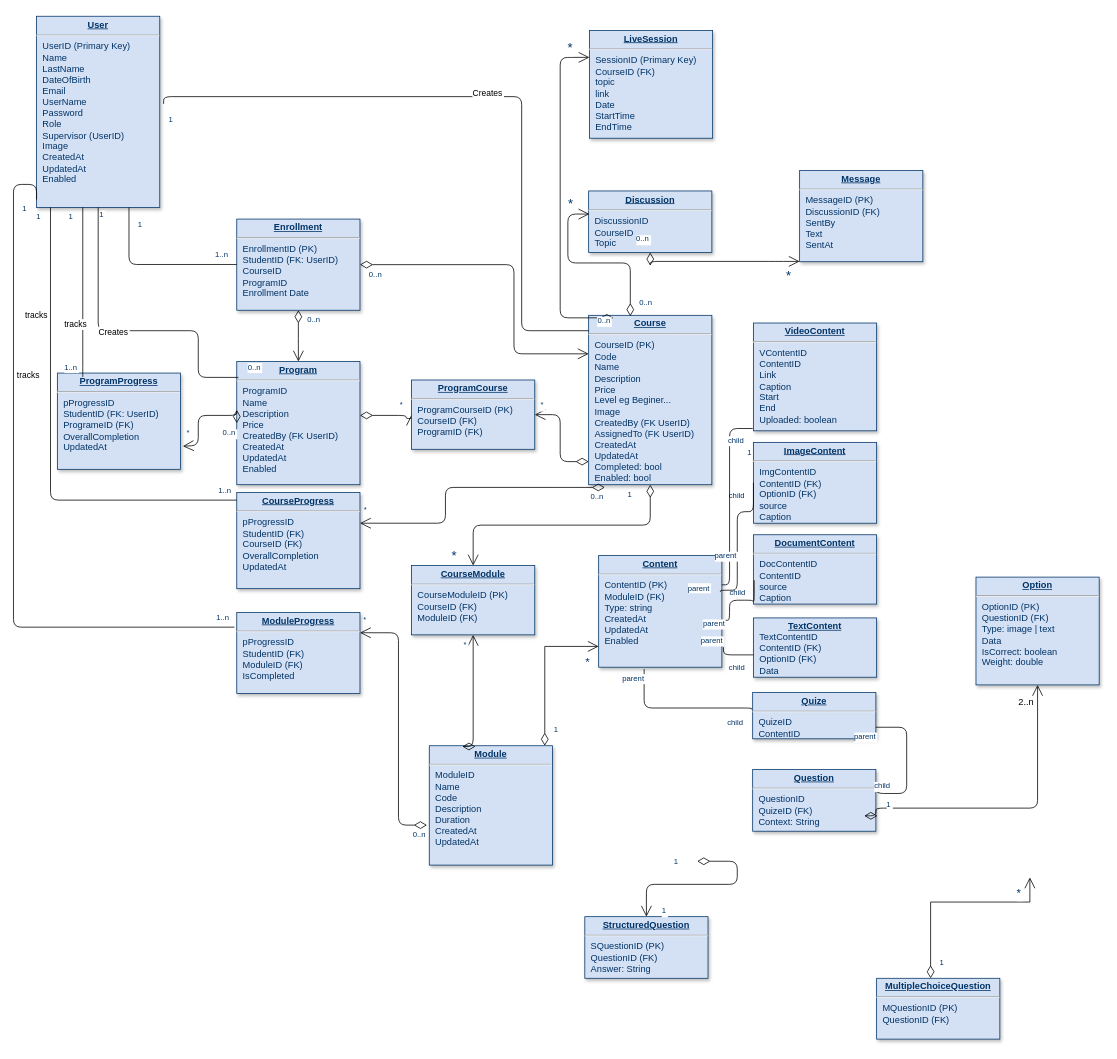
Before: Diagrams/Database.drawio in kingshowa/PFE_E-learning, a draw.io diagram. Source tidied: cells renumbered, new cells numbered last; positions are measured from the earlier drawing's top-left corner, leaving out a move shared by most shapes. Both pictures are drawn from the tidied source at 77%, with x=0, y=0 at pixel (13, 16).
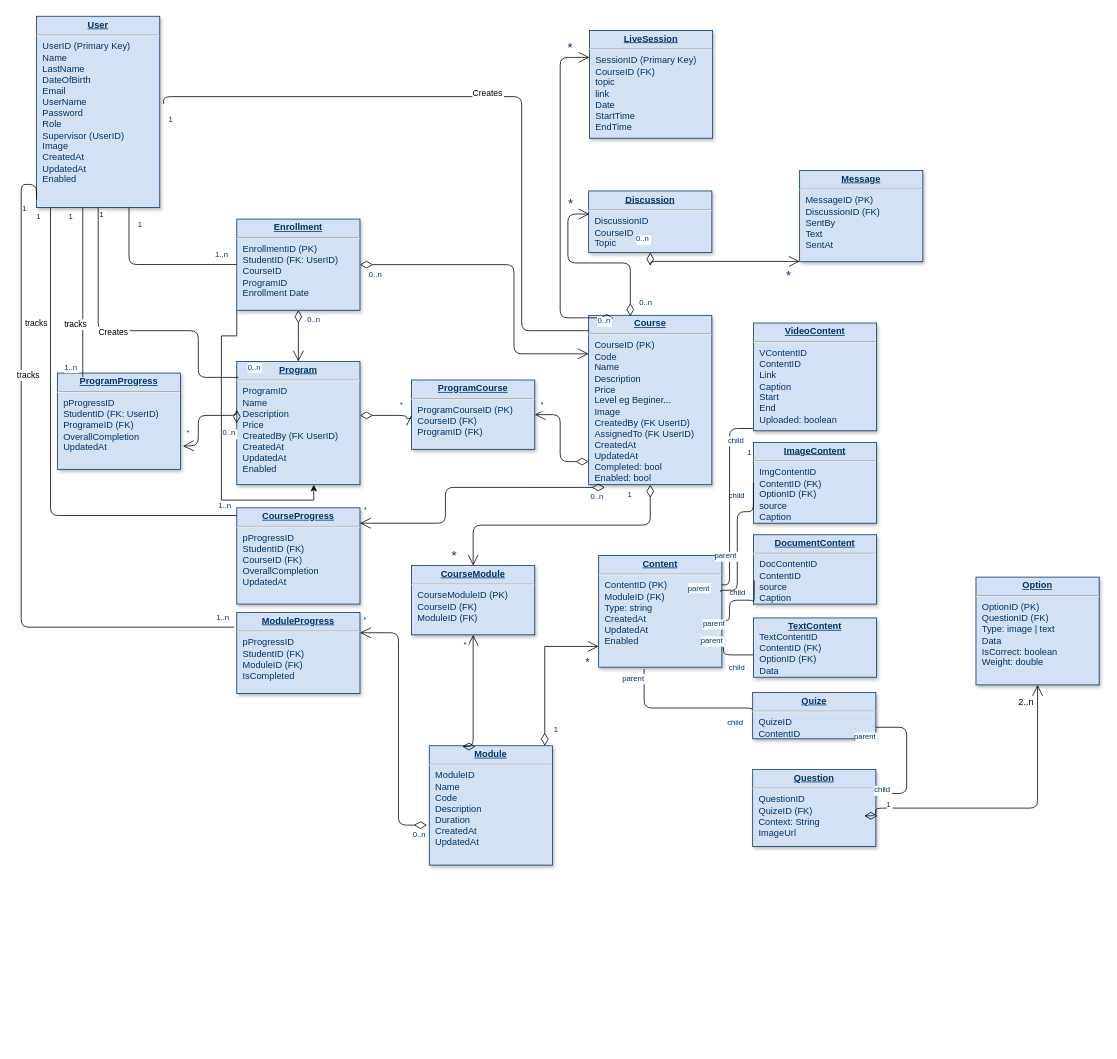
Above is the later version.

Unchanged cells that the change refers to:
```xml
<mxCell id="2" value="&lt;p style=&quot;margin: 0px; margin-top: 4px; text-align: center; text-decoration: underline;&quot;&gt;&lt;strong&gt;Program&lt;/strong&gt;&lt;/p&gt;&lt;hr&gt;&lt;p style=&quot;margin: 0px; margin-left: 8px;&quot;&gt;ProgramID&lt;/p&gt;&lt;p style=&quot;margin: 0px; margin-left: 8px;&quot;&gt;Name&lt;/p&gt;&lt;p style=&quot;margin: 0px; margin-left: 8px;&quot;&gt;Description&lt;/p&gt;&lt;p style=&quot;margin: 0px; margin-left: 8px;&quot;&gt;Price&lt;/p&gt;&lt;p style=&quot;margin: 0px; margin-left: 8px;&quot;&gt;CreatedBy (FK UserID)&lt;/p&gt;&lt;p style=&quot;margin: 0px; margin-left: 8px;&quot;&gt;CreatedAt&lt;/p&gt;&lt;p style=&quot;margin: 0px; margin-left: 8px;&quot;&gt;UpdatedAt&lt;/p&gt;&lt;p style=&quot;margin: 0px; margin-left: 8px;&quot;&gt;Enabled&lt;/p&gt;" style="verticalAlign=top;align=left;overflow=fill;fontSize=12;fontFamily=Helvetica;html=1;strokeColor=#003366;shadow=1;fillColor=#D4E1F5;fontColor=#003366;" parent="1" vertex="1">
  <mxGeometry x="290" y="448" width="160" height="160" as="geometry" />
</mxCell>
<mxCell id="4" value="&lt;p style=&quot;margin: 0px; margin-top: 4px; text-align: center; text-decoration: underline;&quot;&gt;&lt;b&gt;Enrollment&lt;/b&gt;&lt;/p&gt;&lt;hr&gt;&lt;p style=&quot;margin: 0px; margin-left: 8px;&quot;&gt;EnrollmentID (PK)&lt;/p&gt;&lt;p style=&quot;margin: 0px; margin-left: 8px;&quot;&gt;StudentID (FK: UserID)&lt;/p&gt;&lt;p style=&quot;margin: 0px; margin-left: 8px;&quot;&gt;CourseID&lt;/p&gt;&lt;p style=&quot;margin: 0px; margin-left: 8px;&quot;&gt;ProgramID&lt;/p&gt;&lt;p style=&quot;margin: 0px; margin-left: 8px;&quot;&gt;Enrollment Date&lt;/p&gt;" style="verticalAlign=top;align=left;overflow=fill;fontSize=12;fontFamily=Helvetica;html=1;strokeColor=#003366;shadow=1;fillColor=#D4E1F5;fontColor=#003366;" parent="1" vertex="1">
  <mxGeometry x="290" y="263" width="160" height="118.4" as="geometry" />
</mxCell>
<mxCell id="6" value="&lt;p style=&quot;margin: 0px; margin-top: 4px; text-align: center; text-decoration: underline;&quot;&gt;&lt;strong&gt;User&lt;/strong&gt;&lt;/p&gt;&lt;hr&gt;&lt;p style=&quot;margin: 0px; margin-left: 8px;&quot;&gt;UserID (Primary Key)&lt;/p&gt;&lt;p style=&quot;margin: 0px 0px 0px 8px;&quot;&gt;Name&lt;/p&gt;&lt;p style=&quot;margin: 0px 0px 0px 8px;&quot;&gt;LastName&lt;/p&gt;&lt;p style=&quot;margin: 0px 0px 0px 8px;&quot;&gt;DateOfBirth&lt;/p&gt;&lt;p style=&quot;margin: 0px 0px 0px 8px;&quot;&gt;Email&lt;/p&gt;&lt;p style=&quot;margin: 0px 0px 0px 8px;&quot;&gt;UserName&lt;/p&gt;&lt;p style=&quot;margin: 0px 0px 0px 8px;&quot;&gt;Password&lt;/p&gt;&lt;p style=&quot;margin: 0px 0px 0px 8px;&quot;&gt;Role&lt;/p&gt;&lt;p style=&quot;margin: 0px 0px 0px 8px;&quot;&gt;Supervisor (UserID)&lt;/p&gt;&lt;p style=&quot;margin: 0px 0px 0px 8px;&quot;&gt;Image&lt;/p&gt;&lt;p style=&quot;margin: 0px 0px 0px 8px;&quot;&gt;CreatedAt&lt;/p&gt;&lt;p style=&quot;margin: 0px 0px 0px 8px;&quot;&gt;UpdatedAt&lt;/p&gt;&lt;p style=&quot;margin: 0px 0px 0px 8px;&quot;&gt;Enabled&lt;/p&gt;" style="verticalAlign=top;align=left;overflow=fill;fontSize=12;fontFamily=Helvetica;html=1;strokeColor=#003366;shadow=1;fillColor=#D4E1F5;fontColor=#003366;" parent="1" vertex="1">
  <mxGeometry x="30" y="-0.4" width="160" height="248.4" as="geometry" />
</mxCell>
<mxCell id="50" value="&lt;p style=&quot;margin: 0px; margin-top: 4px; text-align: center; text-decoration: underline;&quot;&gt;&lt;strong&gt;ModuleProgress&lt;/strong&gt;&lt;/p&gt;&lt;hr&gt;&lt;p style=&quot;margin: 0px; margin-left: 8px;&quot;&gt;pProgressID&lt;/p&gt;&lt;p style=&quot;margin: 0px; margin-left: 8px;&quot;&gt;StudentID (FK)&lt;/p&gt;&lt;p style=&quot;margin: 0px; margin-left: 8px;&quot;&gt;ModuleID (FK)&lt;/p&gt;&lt;p style=&quot;margin: 0px; margin-left: 8px;&quot;&gt;IsCompleted&lt;/p&gt;" style="verticalAlign=top;align=left;overflow=fill;fontSize=12;fontFamily=Helvetica;html=1;strokeColor=#003366;shadow=1;fillColor=#D4E1F5;fontColor=#003366;" parent="1" vertex="1">
  <mxGeometry x="290" y="774" width="160" height="105" as="geometry" />
</mxCell>
```

The edit, as a diff of the source:
```diff
@@
-    <mxCell id="7" value="&lt;p style=&quot;margin: 0px; margin-top: 4px; text-align: center; text-decoration: underline;&quot;&gt;&lt;b&gt;Question&lt;/b&gt;&lt;/p&gt;&lt;hr&gt;&lt;p style=&quot;margin: 0px; margin-left: 8px;&quot;&gt;QuestionID&lt;/p&gt;&lt;p style=&quot;margin: 0px; margin-left: 8px;&quot;&gt;QuizeID (FK)&lt;/p&gt;&lt;p style=&quot;margin: 0px; margin-left: 8px;&quot;&gt;Context: String&lt;/p&gt;" style="verticalAlign=top;align=left;overflow=fill;fontSize=12;fontFamily=Helvetica;html=1;strokeColor=#003366;shadow=1;fillColor=#D4E1F5;fontColor=#003366;" parent="1" vertex="1">
-      <mxGeometry x="960" y="978" width="160" height="80" as="geometry" />
+    <mxCell id="7" value="&lt;p style=&quot;margin: 0px; margin-top: 4px; text-align: center; text-decoration: underline;&quot;&gt;&lt;b&gt;Question&lt;/b&gt;&lt;/p&gt;&lt;hr&gt;&lt;p style=&quot;margin: 0px; margin-left: 8px;&quot;&gt;QuestionID&lt;/p&gt;&lt;p style=&quot;margin: 0px; margin-left: 8px;&quot;&gt;QuizeID (FK)&lt;/p&gt;&lt;p style=&quot;margin: 0px; margin-left: 8px;&quot;&gt;Context: String&lt;/p&gt;&lt;p style=&quot;margin: 0px; margin-left: 8px;&quot;&gt;ImageUrl&lt;/p&gt;" style="verticalAlign=top;align=left;overflow=fill;fontSize=12;fontFamily=Helvetica;html=1;strokeColor=#003366;shadow=1;fillColor=#D4E1F5;fontColor=#003366;" parent="1" vertex="1">
+      <mxGeometry x="960" y="978" width="160" height="100" as="geometry" />
     </mxCell>
@@
     <mxCell id="49" value="&lt;p style=&quot;margin: 0px; margin-top: 4px; text-align: center; text-decoration: underline;&quot;&gt;&lt;strong&gt;CourseProgress&lt;/strong&gt;&lt;/p&gt;&lt;hr&gt;&lt;p style=&quot;margin: 0px; margin-left: 8px;&quot;&gt;pProgressID&lt;/p&gt;&lt;p style=&quot;margin: 0px; margin-left: 8px;&quot;&gt;StudentID (FK)&lt;/p&gt;&lt;p style=&quot;margin: 0px; margin-left: 8px;&quot;&gt;CourseID (FK)&lt;/p&gt;&lt;p style=&quot;margin: 0px; margin-left: 8px;&quot;&gt;OverallCompletion&lt;/p&gt;&lt;p style=&quot;margin: 0px; margin-left: 8px;&quot;&gt;UpdatedAt&lt;/p&gt;" style="verticalAlign=top;align=left;overflow=fill;fontSize=12;fontFamily=Helvetica;html=1;strokeColor=#003366;shadow=1;fillColor=#D4E1F5;fontColor=#003366;" parent="1" vertex="1">
-      <mxGeometry x="290" y="618" width="160" height="125" as="geometry" />
+      <mxGeometry x="290" y="638" width="160" height="125" as="geometry" />
     </mxCell>
@@
-    <mxCell id="63" value="&lt;p style=&quot;margin: 0px; margin-top: 4px; text-align: center; text-decoration: underline;&quot;&gt;&lt;b&gt;MultipleChoiceQuestion&lt;/b&gt;&lt;/p&gt;&lt;hr&gt;&lt;p style=&quot;margin: 0px 0px 0px 8px;&quot;&gt;MQuestionID (PK)&lt;/p&gt;&lt;p style=&quot;margin: 0px 0px 0px 8px;&quot;&gt;QuestionID&amp;nbsp;&lt;span style=&quot;background-color: initial;&quot;&gt;(FK)&lt;/span&gt;&lt;/p&gt;" style="verticalAlign=top;align=left;overflow=fill;fontSize=12;fontFamily=Helvetica;html=1;strokeColor=#003366;shadow=1;fillColor=#D4E1F5;fontColor=#003366;" parent="1" vertex="1">
-      <mxGeometry x="1121" y="1249" width="160" height="79" as="geometry" />
-    </mxCell>
-    <mxCell id="64" value="&lt;p style=&quot;margin: 0px; margin-top: 4px; text-align: center; text-decoration: underline;&quot;&gt;&lt;b&gt;StructuredQuestion&lt;/b&gt;&lt;/p&gt;&lt;hr&gt;&lt;p style=&quot;margin: 0px; margin-left: 8px;&quot;&gt;SQuestionID (PK)&lt;/p&gt;&lt;p style=&quot;margin: 0px; margin-left: 8px;&quot;&gt;QuestionID&amp;nbsp;&lt;span style=&quot;background-color: initial;&quot;&gt;(FK)&lt;/span&gt;&lt;/p&gt;&lt;p style=&quot;margin: 0px; margin-left: 8px;&quot;&gt;Answer: String&lt;/p&gt;" style="verticalAlign=top;align=left;overflow=fill;fontSize=12;fontFamily=Helvetica;html=1;strokeColor=#003366;shadow=1;fillColor=#D4E1F5;fontColor=#003366;" parent="1" vertex="1">
-      <mxGeometry x="742" y="1169" width="160" height="80" as="geometry" />
-    </mxCell>
@@
-    <mxCell id="68" style="endArrow=open;endSize=12;startArrow=diamondThin;startSize=14;startFill=0;edgeStyle=orthogonalEdgeStyle;entryX=0.5;entryY=0;entryDx=0;entryDy=0;" parent="1" edge="1" target="64">
-      <mxGeometry x="519.4" y="200" as="geometry">
-        <mxPoint x="888" y="1097" as="sourcePoint" />
-        <Array as="points">
-          <mxPoint x="940" y="1127" />
-          <mxPoint x="822" y="1127" />
-        </Array>
-      </mxGeometry>
-    </mxCell>
-    <mxCell id="69" value="1" style="align=left;verticalAlign=top;labelBackgroundColor=#ffffff;fontSize=10;strokeColor=#003366;shadow=1;fillColor=#D4E1F5;fontColor=#003366;" parent="68" vertex="1">
-      <mxGeometry x="-1" relative="1" as="geometry">
-        <mxPoint x="-32" y="-12" as="offset" />
-      </mxGeometry>
-    </mxCell>
-    <mxCell id="70" value="1" style="align=right;verticalAlign=top;labelBackgroundColor=#ffffff;fontSize=10;strokeColor=#003366;shadow=1;fillColor=#D4E1F5;fontColor=#003366;" parent="68" vertex="1">
-      <mxGeometry x="1" relative="1" as="geometry">
-        <mxPoint x="27" y="-20" as="offset" />
-      </mxGeometry>
-    </mxCell>
@@
     <mxCell id="80" value="tracks" style="endArrow=none;edgeStyle=orthogonalEdgeStyle;exitX=0.113;exitY=1;exitDx=0;exitDy=0;exitPerimeter=0;entryX=0;entryY=0.08;entryDx=0;entryDy=0;entryPerimeter=0;" parent="1" edge="1" source="6" target="49">
       <mxGeometry as="geometry">
         <Array as="points">
-          <mxPoint x="48" y="628" />
+          <mxPoint x="48" y="648" />
         </Array>
         <mxPoint x="-139" y="-50" as="offset" />
       </mxGeometry>
     </mxCell>
@@
     <mxCell id="83" value="tracks" style="endArrow=none;edgeStyle=orthogonalEdgeStyle;exitX=0;exitY=0.958;exitDx=0;exitDy=0;exitPerimeter=0;entryX=-0.019;entryY=0.181;entryDx=0;entryDy=0;entryPerimeter=0;" parent="1" edge="1" source="6" target="50">
       <mxGeometry as="geometry">
         <Array as="points">
-          <mxPoint y="218" />
-          <mxPoint y="793" />
+          <mxPoint x="30" y="218" />
+          <mxPoint x="10" y="218" />
+          <mxPoint x="10" y="793" />
         </Array>
         <mxPoint x="-139" y="-50" as="offset" />
       </mxGeometry>
     </mxCell>
@@
-    <mxCell id="102" style="endArrow=open;endSize=12;startArrow=diamondThin;startSize=14;startFill=0;edgeStyle=orthogonalEdgeStyle;rounded=0;exitX=0.438;exitY=0;exitDx=0;exitDy=0;exitPerimeter=0;" parent="1" edge="1" source="63">
-      <mxGeometry x="769.4" y="450" as="geometry">
-        <mxPoint x="1320" y="1118" as="targetPoint" />
-        <Array as="points">
-          <mxPoint x="1191" y="1150" />
-          <mxPoint x="1320" y="1150" />
-        </Array>
-      </mxGeometry>
-    </mxCell>
-    <mxCell id="103" value="1" style="align=left;verticalAlign=top;labelBackgroundColor=#ffffff;fontSize=10;strokeColor=#003366;shadow=1;fillColor=#D4E1F5;fontColor=#003366;" parent="102" vertex="1">
-      <mxGeometry x="-1" relative="1" as="geometry">
-        <mxPoint x="10" y="-33" as="offset" />
-      </mxGeometry>
-    </mxCell>
-    <mxCell id="104" value="*" style="align=right;verticalAlign=top;labelBackgroundColor=#ffffff;fontSize=15;strokeColor=#003366;shadow=1;fillColor=#D4E1F5;fontColor=#003366;" parent="102" vertex="1">
-      <mxGeometry x="1" relative="1" as="geometry">
-        <mxPoint x="-10" y="5" as="offset" />
-      </mxGeometry>
-    </mxCell>
@@
+    <mxCell id="106" style="edgeStyle=orthogonalEdgeStyle;rounded=0;jettySize=auto;html=1;exitX=0;exitY=1;exitDx=0;exitDy=0;entryX=0.625;entryY=1;entryDx=0;entryDy=0;entryPerimeter=0;" parent="1" edge="1" source="4" target="2">
+      <mxGeometry relative="1" as="geometry" />
+    </mxCell>
```
